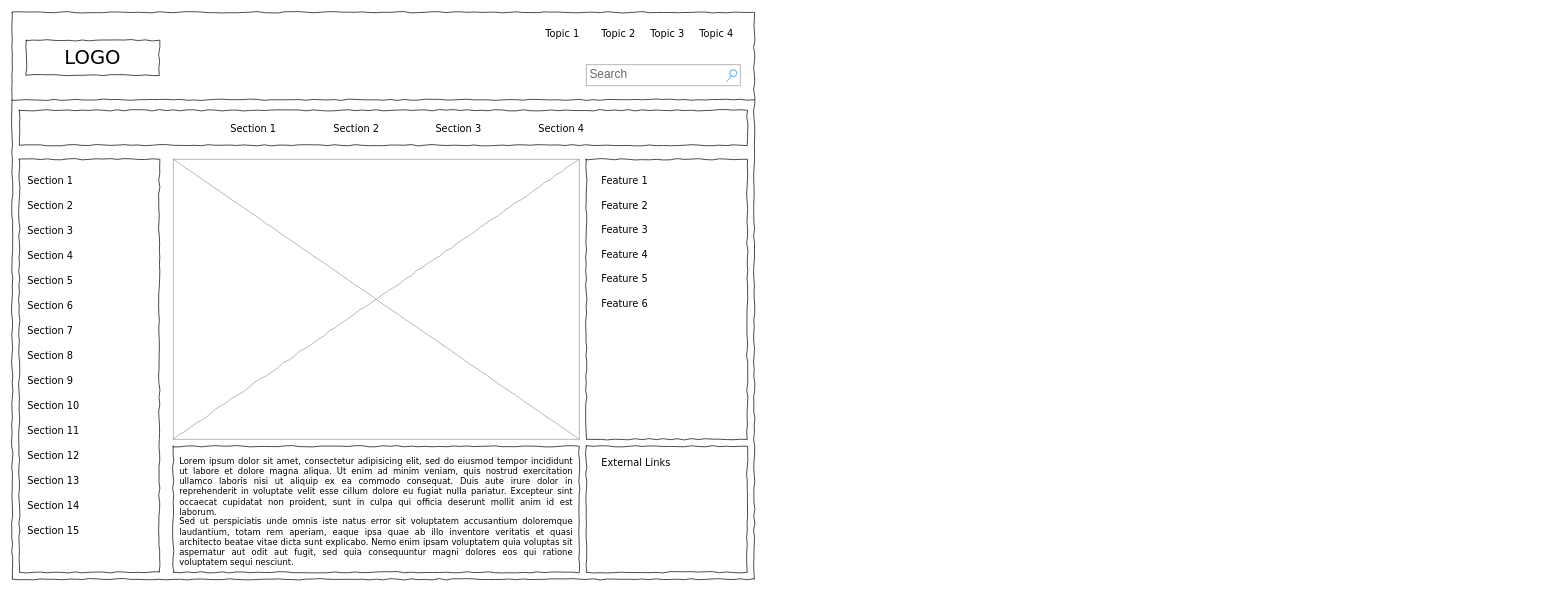
Earlier version of the draw.io diagram Design/Untitled Diagram.drawio (mdotpali/ProductivityHub). Source tidied: cells renumbered, new cells numbered last; positions are measured from the earlier drawing's top-left corner, leaving out a move shared by most shapes. Both pictures are drawn from the tidied source at 70%, with x=0, y=0 at pixel (12, 12).
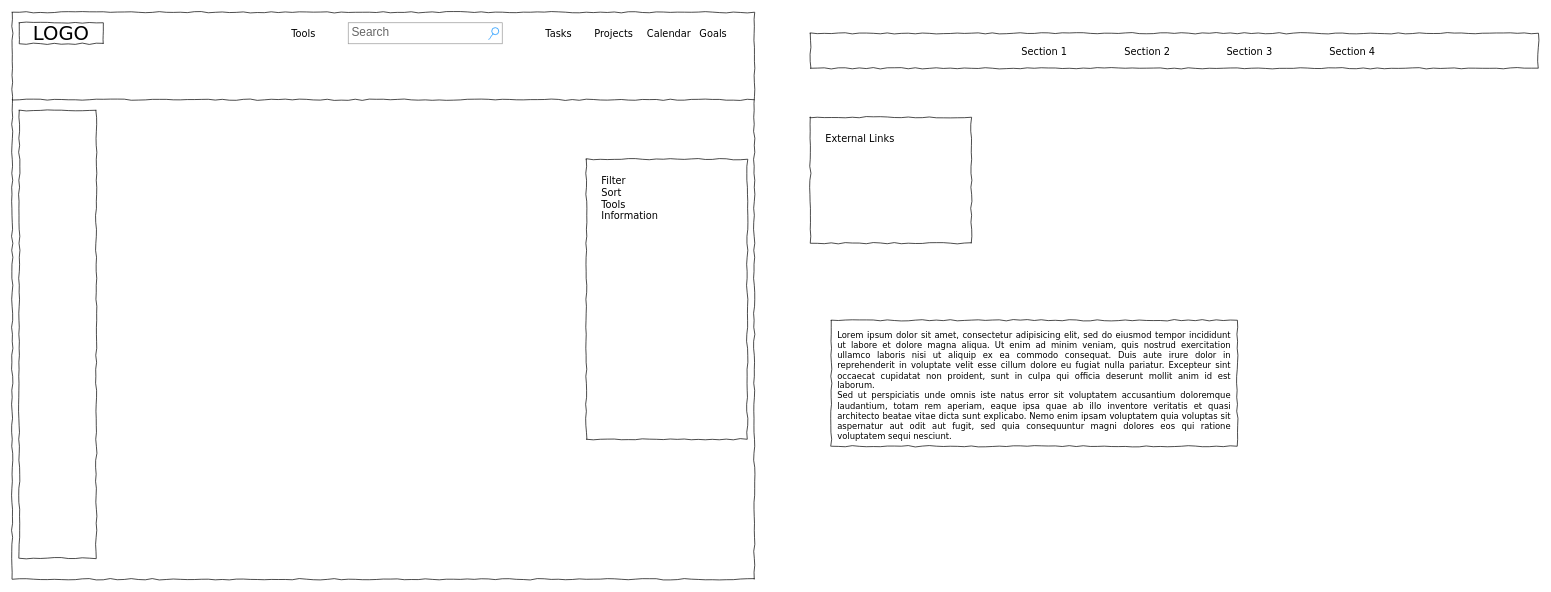
The same page after the edit.

What changed in the source:
```diff
@@
     <mxCell id="3" value="LOGO" style="whiteSpace=wrap;html=1;rounded=0;shadow=0;labelBackgroundColor=none;strokeWidth=1;fontFamily=Verdana;fontSize=28;align=center;comic=1;" parent="1" vertex="1">
-      <mxGeometry x="20" y="40" width="190" height="50" as="geometry" />
+      <mxGeometry x="10" y="15" width="120" height="30" as="geometry" />
     </mxCell>
     <mxCell id="4" value="Search" style="strokeWidth=1;shadow=0;dashed=0;align=center;html=1;shape=mxgraph.mockup.forms.searchBox;strokeColor=#999999;mainText=;strokeColor2=#008cff;fontColor=#666666;fontSize=17;align=left;spacingLeft=3;rounded=0;labelBackgroundColor=none;comic=1;" parent="1" vertex="1">
-      <mxGeometry x="820" y="75" width="220" height="30" as="geometry" />
+      <mxGeometry x="480" y="15" width="220" height="30" as="geometry" />
     </mxCell>
-    <mxCell id="5" value="Topic 1" style="text;html=1;align=left;verticalAlign=top;spacingTop=-4;fontSize=14;fontFamily=Verdana;" parent="1" vertex="1">
+    <mxCell id="5" value="Tasks" style="text;html=1;align=left;verticalAlign=top;spacingTop=-4;fontSize=14;fontFamily=Verdana;" parent="1" vertex="1">
       <mxGeometry x="760" y="20" width="60" height="20" as="geometry" />
     </mxCell>
-    <mxCell id="6" value="Topic 2" style="text;html=1;align=left;verticalAlign=top;spacingTop=-4;fontSize=14;fontFamily=Verdana;" parent="1" vertex="1">
-      <mxGeometry x="840" y="20" width="60" height="20" as="geometry" />
+    <mxCell id="6" value="Projects" style="text;html=1;align=left;verticalAlign=top;spacingTop=-4;fontSize=14;fontFamily=Verdana;" parent="1" vertex="1">
+      <mxGeometry x="830" y="20" width="60" height="20" as="geometry" />
     </mxCell>
-    <mxCell id="7" value="Topic 3" style="text;html=1;align=left;verticalAlign=top;spacingTop=-4;fontSize=14;fontFamily=Verdana;" parent="1" vertex="1">
-      <mxGeometry x="910" y="20" width="60" height="20" as="geometry" />
+    <mxCell id="7" value="Calendar" style="text;html=1;align=left;verticalAlign=top;spacingTop=-4;fontSize=14;fontFamily=Verdana;" parent="1" vertex="1">
+      <mxGeometry x="905" y="20" width="60" height="20" as="geometry" />
     </mxCell>
-    <mxCell id="8" value="Topic 4" style="text;html=1;align=left;verticalAlign=top;spacingTop=-4;fontSize=14;fontFamily=Verdana;" parent="1" vertex="1">
+    <mxCell id="8" value="Goals" style="text;html=1;align=left;verticalAlign=top;spacingTop=-4;fontSize=14;fontFamily=Verdana;" parent="1" vertex="1">
       <mxGeometry x="980" y="20" width="60" height="20" as="geometry" />
     </mxCell>
     <mxCell id="9" style="whiteSpace=wrap;html=1;rounded=0;shadow=0;labelBackgroundColor=none;strokeWidth=1;fillColor=none;fontFamily=Verdana;fontSize=12;align=center;comic=1;" parent="1" vertex="1">
-      <mxGeometry x="10" y="210" width="200" height="590" as="geometry" />
+      <mxGeometry x="10" y="140" width="110" height="640" as="geometry" />
     </mxCell>
@@
     <mxCell id="11" style="whiteSpace=wrap;html=1;rounded=0;shadow=0;labelBackgroundColor=none;strokeWidth=1;fillColor=none;fontFamily=Verdana;fontSize=12;align=center;comic=1;" parent="1" vertex="1">
-      <mxGeometry x="10" y="140" width="1040" height="50" as="geometry" />
+      <mxGeometry x="1140" y="30" width="1040" height="50" as="geometry" />
     </mxCell>
     <mxCell id="12" value="Section 1" style="text;html=1;align=left;verticalAlign=top;spacingTop=-4;fontSize=14;fontFamily=Verdana;" parent="1" vertex="1">
-      <mxGeometry x="310" y="155" width="60" height="20" as="geometry" />
+      <mxGeometry x="1440" y="45" width="60" height="20" as="geometry" />
     </mxCell>
     <mxCell id="13" value="Section 2" style="text;html=1;align=left;verticalAlign=top;spacingTop=-4;fontSize=14;fontFamily=Verdana;" parent="1" vertex="1">
-      <mxGeometry x="457" y="155" width="60" height="20" as="geometry" />
+      <mxGeometry x="1587" y="45" width="60" height="20" as="geometry" />
     </mxCell>
     <mxCell id="14" value="Section 3" style="text;html=1;align=left;verticalAlign=top;spacingTop=-4;fontSize=14;fontFamily=Verdana;" parent="1" vertex="1">
-      <mxGeometry x="603" y="155" width="60" height="20" as="geometry" />
+      <mxGeometry x="1733" y="45" width="60" height="20" as="geometry" />
     </mxCell>
     <mxCell id="15" value="Section 4" style="text;html=1;align=left;verticalAlign=top;spacingTop=-4;fontSize=14;fontFamily=Verdana;" parent="1" vertex="1">
-      <mxGeometry x="750" y="155" width="60" height="20" as="geometry" />
+      <mxGeometry x="1880" y="45" width="60" height="20" as="geometry" />
     </mxCell>
     <mxCell id="16" value="&lt;div style=&quot;text-align: justify&quot;&gt;&lt;span&gt;Lorem ipsum dolor sit amet, consectetur adipisicing elit, sed do eiusmod tempor incididunt ut labore et dolore magna aliqua. Ut enim ad minim veniam, quis nostrud exercitation ullamco laboris nisi ut aliquip ex ea commodo consequat. Duis aute irure dolor in reprehenderit in voluptate velit esse cillum dolore eu fugiat nulla pariatur. Excepteur sint occaecat cupidatat non proident, sunt in culpa qui officia deserunt mollit anim id est laborum.&lt;/span&gt;&lt;/div&gt;&lt;div style=&quot;text-align: justify&quot;&gt;&lt;span&gt;Sed ut perspiciatis unde omnis iste natus error sit voluptatem accusantium doloremque laudantium, totam rem aperiam, eaque ipsa quae ab illo inventore veritatis et quasi architecto beatae vitae dicta sunt explicabo. Nemo enim ipsam voluptatem quia voluptas sit aspernatur aut odit aut fugit, sed quia consequuntur magni dolores eos qui ratione voluptatem sequi nesciunt.&amp;nbsp;&lt;/span&gt;&lt;/div&gt;" style="whiteSpace=wrap;html=1;rounded=0;shadow=0;labelBackgroundColor=none;strokeWidth=1;fillColor=none;fontFamily=Verdana;fontSize=12;align=center;verticalAlign=top;spacing=10;comic=1;" parent="1" vertex="1">
-      <mxGeometry x="230" y="620" width="580" height="180" as="geometry" />
+      <mxGeometry x="1170" y="440" width="580" height="180" as="geometry" />
     </mxCell>
-    <mxCell id="17" style="verticalLabelPosition=bottom;shadow=0;dashed=0;align=center;html=1;verticalAlign=top;strokeWidth=1;shape=mxgraph.mockup.graphics.simpleIcon;strokeColor=#999999;rounded=0;labelBackgroundColor=none;fontFamily=Verdana;fontSize=14;fontColor=#000000;comic=1;" parent="1" vertex="1">
-      <mxGeometry x="230" y="210" width="580" height="400" as="geometry" />
-    </mxCell>
@@
     <mxCell id="19" style="whiteSpace=wrap;html=1;rounded=0;shadow=0;labelBackgroundColor=none;strokeWidth=1;fillColor=none;fontFamily=Verdana;fontSize=12;align=center;comic=1;" parent="1" vertex="1">
-      <mxGeometry x="820" y="620" width="230" height="180" as="geometry" />
+      <mxGeometry x="1140" y="150" width="230" height="180" as="geometry" />
     </mxCell>
-    <mxCell id="20" value="Section 1" style="text;html=1;align=left;verticalAlign=top;spacingTop=-4;fontSize=14;fontFamily=Verdana;" parent="1" vertex="1">
-      <mxGeometry x="20" y="230" width="170" height="20" as="geometry" />
-    </mxCell>
-    <mxCell id="21" value="Section 2" style="text;html=1;align=left;verticalAlign=top;spacingTop=-4;fontSize=14;fontFamily=Verdana;" parent="1" vertex="1">
-      <mxGeometry x="20" y="266" width="170" height="20" as="geometry" />
-    </mxCell>
-    <mxCell id="22" value="Section 3" style="text;html=1;align=left;verticalAlign=top;spacingTop=-4;fontSize=14;fontFamily=Verdana;" parent="1" vertex="1">
-      <mxGeometry x="20" y="301" width="170" height="20" as="geometry" />
-    </mxCell>
-    <mxCell id="23" value="Section 4" style="text;html=1;align=left;verticalAlign=top;spacingTop=-4;fontSize=14;fontFamily=Verdana;" parent="1" vertex="1">
-      <mxGeometry x="20" y="337" width="170" height="20" as="geometry" />
-    </mxCell>
-    <mxCell id="24" value="Section 7" style="text;html=1;align=left;verticalAlign=top;spacingTop=-4;fontSize=14;fontFamily=Verdana;" parent="1" vertex="1">
-      <mxGeometry x="20" y="444" width="170" height="20" as="geometry" />
-    </mxCell>
-    <mxCell id="25" value="Section 8" style="text;html=1;align=left;verticalAlign=top;spacingTop=-4;fontSize=14;fontFamily=Verdana;" parent="1" vertex="1">
-      <mxGeometry x="20" y="480" width="170" height="20" as="geometry" />
-    </mxCell>
-    <mxCell id="26" value="Section 9" style="text;html=1;align=left;verticalAlign=top;spacingTop=-4;fontSize=14;fontFamily=Verdana;" parent="1" vertex="1">
-      <mxGeometry x="20" y="516" width="170" height="20" as="geometry" />
-    </mxCell>
-    <mxCell id="27" value="Section 10" style="text;html=1;align=left;verticalAlign=top;spacingTop=-4;fontSize=14;fontFamily=Verdana;" parent="1" vertex="1">
-      <mxGeometry x="20" y="551" width="170" height="20" as="geometry" />
-    </mxCell>
-    <mxCell id="28" value="Section 11" style="text;html=1;align=left;verticalAlign=top;spacingTop=-4;fontSize=14;fontFamily=Verdana;" parent="1" vertex="1">
-      <mxGeometry x="20" y="587" width="170" height="20" as="geometry" />
-    </mxCell>
-    <mxCell id="29" value="Section 12" style="text;html=1;align=left;verticalAlign=top;spacingTop=-4;fontSize=14;fontFamily=Verdana;" parent="1" vertex="1">
-      <mxGeometry x="20" y="623" width="170" height="20" as="geometry" />
-    </mxCell>
-    <mxCell id="30" value="Section 13" style="text;html=1;align=left;verticalAlign=top;spacingTop=-4;fontSize=14;fontFamily=Verdana;" parent="1" vertex="1">
-      <mxGeometry x="20" y="659" width="170" height="20" as="geometry" />
-    </mxCell>
-    <mxCell id="31" value="Section 14" style="text;html=1;align=left;verticalAlign=top;spacingTop=-4;fontSize=14;fontFamily=Verdana;" parent="1" vertex="1">
-      <mxGeometry x="20" y="694" width="170" height="20" as="geometry" />
-    </mxCell>
-    <mxCell id="32" value="Section 5" style="text;html=1;align=left;verticalAlign=top;spacingTop=-4;fontSize=14;fontFamily=Verdana;" parent="1" vertex="1">
-      <mxGeometry x="20" y="373" width="170" height="20" as="geometry" />
-    </mxCell>
-    <mxCell id="33" value="Section 6" style="text;html=1;align=left;verticalAlign=top;spacingTop=-4;fontSize=14;fontFamily=Verdana;" parent="1" vertex="1">
-      <mxGeometry x="20" y="409" width="170" height="20" as="geometry" />
-    </mxCell>
-    <mxCell id="34" value="Section 15" style="text;html=1;align=left;verticalAlign=top;spacingTop=-4;fontSize=14;fontFamily=Verdana;" parent="1" vertex="1">
-      <mxGeometry x="20" y="730" width="170" height="20" as="geometry" />
-    </mxCell>
     <mxCell id="35" value="External Links" style="text;html=1;align=left;verticalAlign=top;spacingTop=-4;fontSize=14;fontFamily=Verdana;" parent="1" vertex="1">
-      <mxGeometry x="840" y="633" width="170" height="20" as="geometry" />
+      <mxGeometry x="1160" y="170" width="170" height="20" as="geometry" />
     </mxCell>
-    <mxCell id="36" value="Feature 1" style="text;html=1;align=left;verticalAlign=top;spacingTop=-4;fontSize=14;fontFamily=Verdana;" parent="1" vertex="1">
-      <mxGeometry x="840" y="230" width="170" height="20" as="geometry" />
+    <mxCell id="36" value="Filter&lt;div&gt;Sort&lt;/div&gt;&lt;div&gt;Tools&lt;/div&gt;&lt;div&gt;Information&lt;/div&gt;" style="text;html=1;align=left;verticalAlign=top;spacingTop=-4;fontSize=14;fontFamily=Verdana;" parent="1" vertex="1">
+      <mxGeometry x="840" y="230" width="170" height="80" as="geometry" />
     </mxCell>
-    <mxCell id="37" value="Feature 2" style="text;html=1;align=left;verticalAlign=top;spacingTop=-4;fontSize=14;fontFamily=Verdana;" parent="1" vertex="1">
-      <mxGeometry x="840" y="265" width="170" height="20" as="geometry" />
-    </mxCell>
-    <mxCell id="38" value="Feature 3" style="text;html=1;align=left;verticalAlign=top;spacingTop=-4;fontSize=14;fontFamily=Verdana;" parent="1" vertex="1">
-      <mxGeometry x="840" y="300" width="170" height="20" as="geometry" />
-    </mxCell>
-    <mxCell id="39" value="Feature 4" style="text;html=1;align=left;verticalAlign=top;spacingTop=-4;fontSize=14;fontFamily=Verdana;" parent="1" vertex="1">
-      <mxGeometry x="840" y="335" width="170" height="20" as="geometry" />
-    </mxCell>
-    <mxCell id="40" value="Feature 5" style="text;html=1;align=left;verticalAlign=top;spacingTop=-4;fontSize=14;fontFamily=Verdana;" parent="1" vertex="1">
-      <mxGeometry x="840" y="370" width="170" height="20" as="geometry" />
-    </mxCell>
-    <mxCell id="41" value="Feature 6" style="text;html=1;align=left;verticalAlign=top;spacingTop=-4;fontSize=14;fontFamily=Verdana;" parent="1" vertex="1">
-      <mxGeometry x="840" y="405" width="170" height="20" as="geometry" />
-    </mxCell>
+    <mxCell id="42" value="Tools" style="text;html=1;align=left;verticalAlign=top;spacingTop=-4;fontSize=14;fontFamily=Verdana;" parent="1" vertex="1">
+      <mxGeometry x="397" y="20" width="60" height="20" as="geometry" />
+    </mxCell>
```
